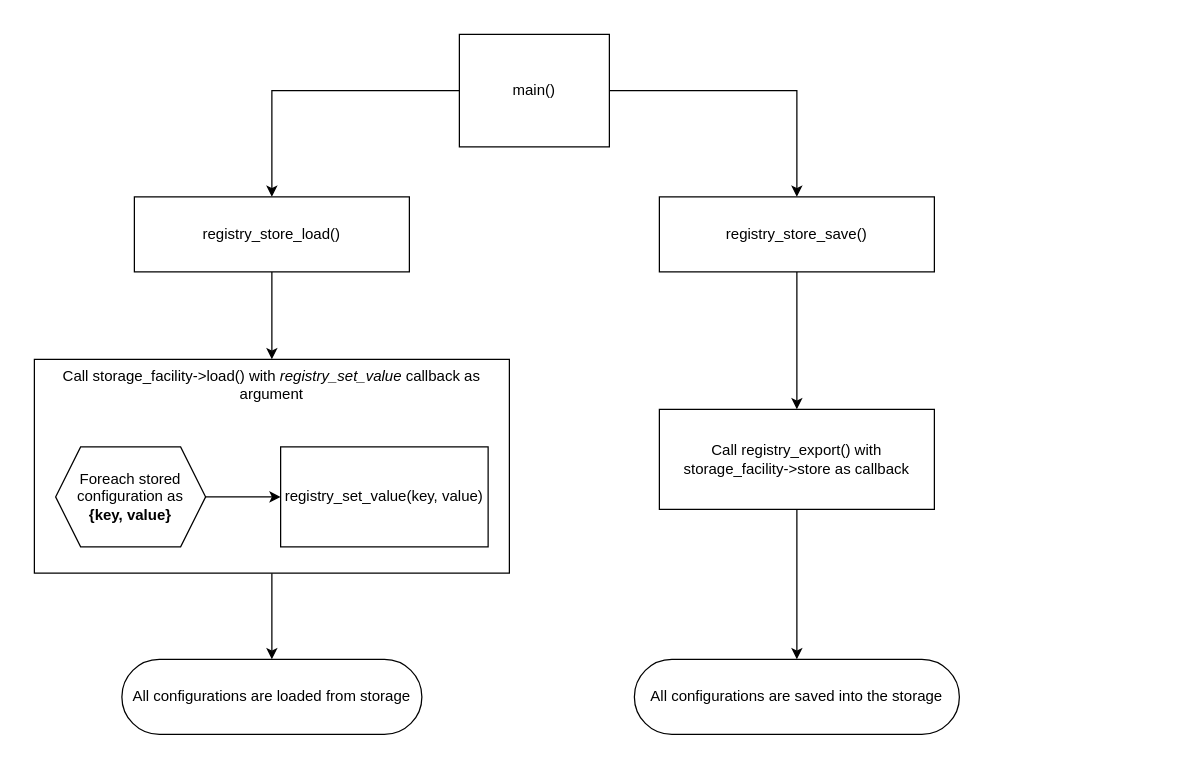
Before: doc/drawio/flow/store_behavioral_flow.drawio in LasseRosenow/riot-runtime-config, a draw.io diagram. Source tidied: cells renumbered, new cells numbered last; positions are measured from the earlier drawing's top-left corner, leaving out a move shared by most shapes. Both pictures are drawn from the tidied source at 125%, with x=0, y=0 at pixel (21, 21).
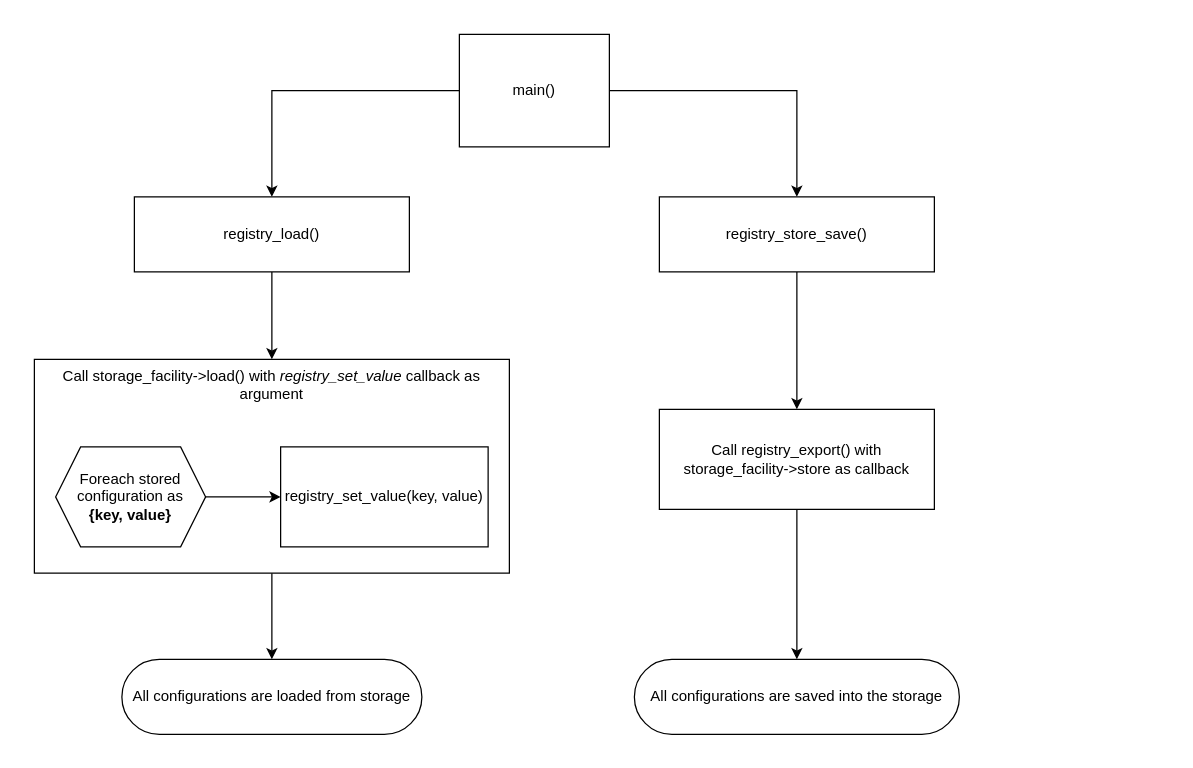
Above is the later version.

What changed in the source:
```diff
@@
 <mxGraphModel background="#FFFFFF">
   <root>
     <mxCell id="0" />
     <mxCell id="1" parent="0" />
     <mxCell id="2" style="rounded=0;whiteSpace=wrap;html=1;strokeColor=none;" parent="1" vertex="1">
       <mxGeometry width="920" height="580" as="geometry" />
     </mxCell>
     <mxCell id="3" style="edgeStyle=orthogonalEdgeStyle;html=1;rounded=0;" parent="1" edge="1" source="4" target="6">
       <mxGeometry relative="1" as="geometry" />
     </mxCell>
     <mxCell id="4" value="main()" style="rounded=0;whiteSpace=wrap;html=1;" parent="1" vertex="1">
       <mxGeometry x="350" y="10" width="120" height="90" as="geometry" />
     </mxCell>
     <mxCell id="5" style="edgeStyle=elbowEdgeStyle;rounded=0;html=1;" parent="1" edge="1" source="6" target="10">
       <mxGeometry relative="1" as="geometry" />
     </mxCell>
-    <mxCell id="6" value="registry_store_load()" style="rounded=0;whiteSpace=wrap;html=1;" parent="1" vertex="1">
+    <mxCell id="6" value="registry_load()" style="rounded=0;whiteSpace=wrap;html=1;" parent="1" vertex="1">
       <mxGeometry x="90" y="140" width="220" height="60" as="geometry" />
     </mxCell>
     <mxCell id="7" value="registry_store_save()" style="rounded=0;whiteSpace=wrap;html=1;" parent="1" vertex="1">
       <mxGeometry x="510" y="140" width="220" height="60" as="geometry" />
     </mxCell>
     <mxCell id="8" style="edgeStyle=orthogonalEdgeStyle;html=1;rounded=0;" parent="1" edge="1" source="4" target="7">
       <mxGeometry relative="1" as="geometry" />
     </mxCell>
     <mxCell id="9" style="edgeStyle=elbowEdgeStyle;rounded=0;html=1;entryX=0.5;entryY=0;entryDx=0;entryDy=0;" parent="1" edge="1" source="10" target="11">
       <mxGeometry relative="1" as="geometry" />
     </mxCell>
     <mxCell id="10" value="Call storage_facility-&amp;gt;load() with &lt;i&gt;registry_set_value&lt;/i&gt; callback as argument" style="rounded=0;whiteSpace=wrap;html=1;verticalAlign=top;" parent="1" vertex="1">
       <mxGeometry x="10" y="270" width="380" height="171" as="geometry" />
     </mxCell>
     <mxCell id="11" value="All configurations are loaded from storage" style="rounded=1;whiteSpace=wrap;html=1;arcSize=50;" parent="1" vertex="1">
       <mxGeometry x="80" y="510" width="240" height="60" as="geometry" />
     </mxCell>
     <mxCell id="12" style="edgeStyle=elbowEdgeStyle;rounded=0;html=1;" parent="1" edge="1" source="7" target="14">
       <mxGeometry relative="1" as="geometry" />
     </mxCell>
     <mxCell id="13" value="All configurations are saved into the storage" style="rounded=1;whiteSpace=wrap;html=1;arcSize=50;" parent="1" vertex="1">
       <mxGeometry x="490" y="510" width="260" height="60" as="geometry" />
     </mxCell>
     <mxCell id="14" value="Call registry_export() with storage_facility-&amp;gt;store as callback" style="rounded=0;whiteSpace=wrap;html=1;" parent="1" vertex="1">
       <mxGeometry x="510" y="310" width="220" height="80" as="geometry" />
     </mxCell>
     <mxCell id="15" style="edgeStyle=elbowEdgeStyle;rounded=0;html=1;entryX=0.5;entryY=0;entryDx=0;entryDy=0;" parent="1" edge="1" source="14" target="13">
       <mxGeometry relative="1" as="geometry" />
     </mxCell>
     <mxCell id="16" style="edgeStyle=elbowEdgeStyle;rounded=0;html=1;exitX=1;exitY=0.5;exitDx=0;exitDy=0;" parent="1" edge="1" source="18" target="17">
       <mxGeometry relative="1" as="geometry" />
     </mxCell>
     <mxCell id="17" value="registry_set_value(key, value)" style="rounded=0;whiteSpace=wrap;html=1;" parent="1" vertex="1">
       <mxGeometry x="207" y="340" width="166" height="80" as="geometry" />
     </mxCell>
     <mxCell id="18" value="Foreach stored configuration&amp;nbsp;as&lt;br&gt;&lt;b&gt;{key, value}&lt;/b&gt;" style="shape=hexagon;perimeter=hexagonPerimeter2;whiteSpace=wrap;html=1;fixedSize=1;" parent="1" vertex="1">
       <mxGeometry x="27" y="340" width="120" height="80" as="geometry" />
     </mxCell>
   </root>
 </mxGraphModel>
```
